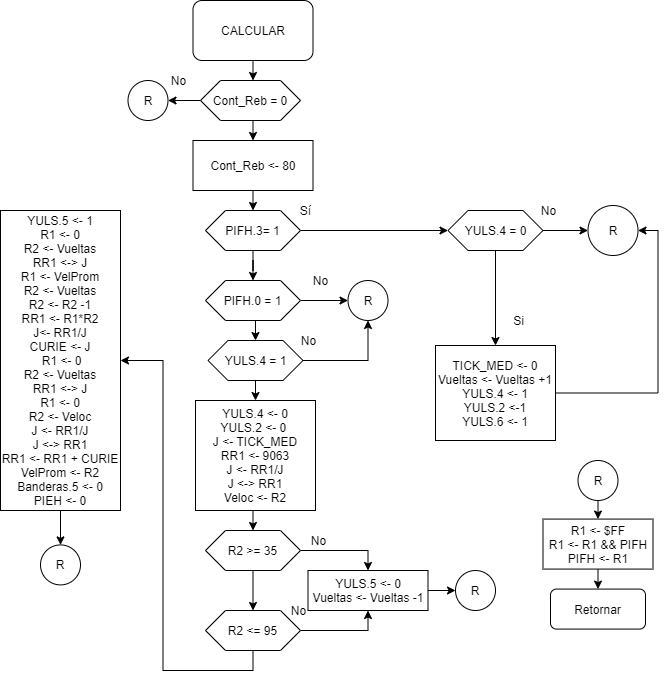
The draw.io diagram PF/img/CALCULAR.png in robz25/Microprocesadores, before a commit. Source tidied: cells renumbered, new cells last; positions are measured from the earlier drawing's top-left corner, leaving out a move shared by most shapes.
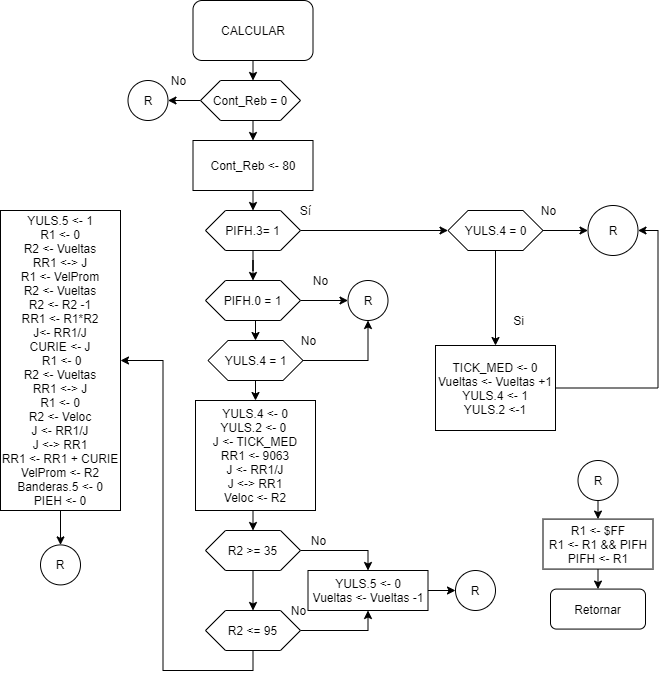
After the commit.

Diff of the diagram source:
```diff
@@ -52,8 +52,8 @@
     <mxCell id="15" style="edgeStyle=orthogonalEdgeStyle;rounded=0;jettySize=auto;html=1;exitX=1;exitY=0.5;exitDx=0;exitDy=0;entryX=1;entryY=0.5;entryDx=0;entryDy=0;" parent="1" edge="1" source="16" target="13">
       <mxGeometry relative="1" as="geometry" />
     </mxCell>
-    <mxCell id="16" value="TICK_MED &amp;lt;- 0&lt;br&gt;Vueltas &amp;lt;- Vueltas +1&lt;br&gt;YULS.4 &amp;lt;- 1&lt;br&gt;YULS.2 &amp;lt;-1&lt;br&gt;YULS.6 &amp;lt;- 1&lt;br&gt;" style="rounded=0;whiteSpace=wrap;html=1;" parent="1" vertex="1">
-      <mxGeometry x="435" y="345" width="120" height="95" as="geometry" />
+    <mxCell id="16" value="TICK_MED &amp;lt;- 0&lt;br&gt;Vueltas &amp;lt;- Vueltas +1&lt;br&gt;YULS.4 &amp;lt;- 1&lt;br&gt;YULS.2 &amp;lt;-1" style="rounded=0;whiteSpace=wrap;html=1;" parent="1" vertex="1">
+      <mxGeometry x="435" y="345" width="120" height="85" as="geometry" />
     </mxCell>
     <mxCell id="17" style="edgeStyle=orthogonalEdgeStyle;rounded=0;jettySize=auto;html=1;exitX=0.5;exitY=1;exitDx=0;exitDy=0;entryX=0.5;entryY=0;entryDx=0;entryDy=0;" parent="1" edge="1" source="18" target="16">
       <mxGeometry relative="1" as="geometry" />
```
